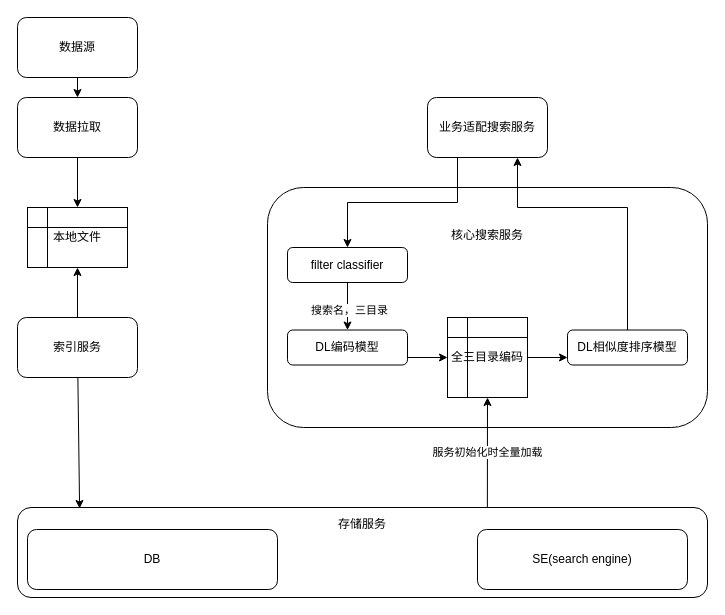
This is page "数据流向图" (2 of 5) of 对码架构.drawio from XiaoLiuAI/diagrams, a draw.io file, before an edit. Source tidied: cells renumbered, new cells numbered last; positions are measured from the earlier drawing's top-left corner, leaving out a move shared by most shapes. Both pictures are drawn from the tidied source at 100%, with x=0, y=0 at pixel (17, 17).
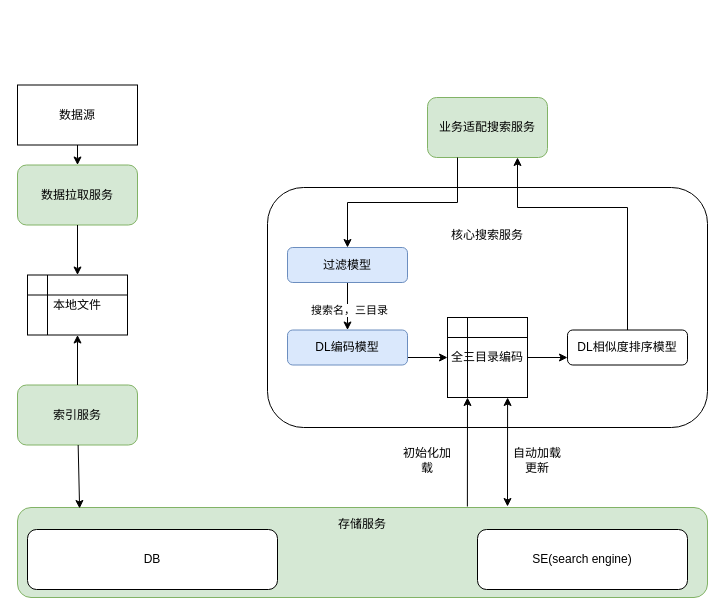
Above is the later version.

Unchanged cells that the change refers to:
```xml
<mxCell id="13" value="全三目录编码" style="shape=internalStorage;whiteSpace=wrap;html=1;backgroundOutline=1;" parent="1" vertex="1">
  <mxGeometry x="430" y="300" width="80" height="80" as="geometry" />
</mxCell>
```

The edit, as a diff of the source:
```diff
@@
-    <mxCell id="2" value="存储服务&lt;br&gt;&lt;br&gt;&lt;br&gt;&lt;br&gt;&lt;br&gt;" style="rounded=1;whiteSpace=wrap;html=1;" parent="1" vertex="1">
+    <mxCell id="2" value="存储服务&lt;br&gt;&lt;br&gt;&lt;br&gt;&lt;br&gt;&lt;br&gt;" style="rounded=1;whiteSpace=wrap;html=1;fillColor=#d5e8d4;strokeColor=#82b366;" parent="1" vertex="1">
       <mxGeometry y="490" width="690" height="90" as="geometry" />
     </mxCell>
@@
-    <mxCell id="4" value="数据拉取" style="rounded=1;whiteSpace=wrap;html=1;" parent="1" vertex="1">
-      <mxGeometry y="80" width="120" height="60" as="geometry" />
+    <mxCell id="4" value="数据拉取服务" style="rounded=1;whiteSpace=wrap;html=1;fillColor=#d5e8d4;strokeColor=#82b366;" parent="1" vertex="1">
+      <mxGeometry y="147.5" width="120" height="60" as="geometry" />
     </mxCell>
@@
     <mxCell id="6" value="本地文件" style="shape=internalStorage;whiteSpace=wrap;html=1;backgroundOutline=1;" parent="1" vertex="1">
-      <mxGeometry x="10" y="190" width="100" height="60" as="geometry" />
+      <mxGeometry x="10" y="257.5" width="100" height="60" as="geometry" />
     </mxCell>
-    <mxCell id="7" value="索引服务" style="rounded=1;whiteSpace=wrap;html=1;" parent="1" vertex="1">
-      <mxGeometry y="300" width="120" height="60" as="geometry" />
+    <mxCell id="7" value="索引服务" style="rounded=1;whiteSpace=wrap;html=1;fillColor=#d5e8d4;strokeColor=#82b366;" parent="1" vertex="1">
+      <mxGeometry y="367.5" width="120" height="60" as="geometry" />
     </mxCell>
@@
-    <mxCell id="9" value="业务适配搜索服务" style="rounded=1;whiteSpace=wrap;html=1;" parent="1" vertex="1">
+    <mxCell id="9" value="业务适配搜索服务" style="rounded=1;whiteSpace=wrap;html=1;fillColor=#d5e8d4;strokeColor=#82b366;" parent="1" vertex="1">
       <mxGeometry x="410" y="80" width="120" height="60" as="geometry" />
     </mxCell>
@@
-    <mxCell id="15" value="filter classifier" style="rounded=1;whiteSpace=wrap;html=1;" parent="1" vertex="1">
+    <mxCell id="15" value="过滤模型" style="rounded=1;whiteSpace=wrap;html=1;fillColor=#dae8fc;strokeColor=#6c8ebf;" parent="1" vertex="1">
       <mxGeometry x="270" y="230" width="120" height="35" as="geometry" />
     </mxCell>
@@
-    <mxCell id="19" value="服务初始化时全量加载" style="endArrow=classic;html=1;rounded=0;exitX=0.681;exitY=0;exitDx=0;exitDy=0;entryX=0.5;entryY=1;entryDx=0;entryDy=0;exitPerimeter=0;" parent="1" edge="1" source="2" target="13">
-      <mxGeometry relative="1" as="geometry" />
-    </mxCell>
@@
-    <mxCell id="21" value="DL编码模型" style="rounded=1;whiteSpace=wrap;html=1;" parent="1" vertex="1">
+    <mxCell id="21" value="DL编码模型" style="rounded=1;whiteSpace=wrap;html=1;fillColor=#dae8fc;strokeColor=#6c8ebf;" parent="1" vertex="1">
       <mxGeometry x="270" y="312.5" width="120" height="35" as="geometry" />
     </mxCell>
@@
-    <mxCell id="25" value="数据源" style="rounded=1;whiteSpace=wrap;html=1;" parent="1" vertex="1">
-      <mxGeometry width="120" height="60" as="geometry" />
+    <mxCell id="25" value="数据源" style="rounded=0;whiteSpace=wrap;html=1;" parent="1" vertex="1">
+      <mxGeometry y="67.5" width="120" height="60" as="geometry" />
     </mxCell>
+    <mxCell id="19" style="endArrow=classic;html=1;rounded=0;entryX=0.25;entryY=1;entryDx=0;entryDy=0;exitX=0.652;exitY=-0.011;exitDx=0;exitDy=0;exitPerimeter=0;" parent="1" edge="1" source="2" target="13">
+      <mxGeometry relative="1" as="geometry" />
+    </mxCell>
+    <mxCell id="26" value="初始化加载" style="text;html=1;strokeColor=none;fillColor=none;align=center;verticalAlign=middle;whiteSpace=wrap;rounded=0;" parent="1" vertex="1">
+      <mxGeometry x="380" y="427.5" width="60" height="30" as="geometry" />
+    </mxCell>
+    <mxCell id="27" style="endArrow=classic;html=1;rounded=0;entryX=0.25;entryY=1;entryDx=0;entryDy=0;exitX=0.652;exitY=-0.011;exitDx=0;exitDy=0;exitPerimeter=0;startArrow=classic;startFill=1;" parent="1" edge="1">
+      <mxGeometry relative="1" as="geometry">
+        <mxPoint x="490" y="489" as="sourcePoint" />
+        <mxPoint x="490.1" y="380" as="targetPoint" />
+      </mxGeometry>
+    </mxCell>
+    <mxCell id="28" value="自动加载更新" style="text;html=1;strokeColor=none;fillColor=none;align=center;verticalAlign=middle;whiteSpace=wrap;rounded=0;" parent="1" vertex="1">
+      <mxGeometry x="490" y="427.5" width="60" height="30" as="geometry" />
+    </mxCell>
```
